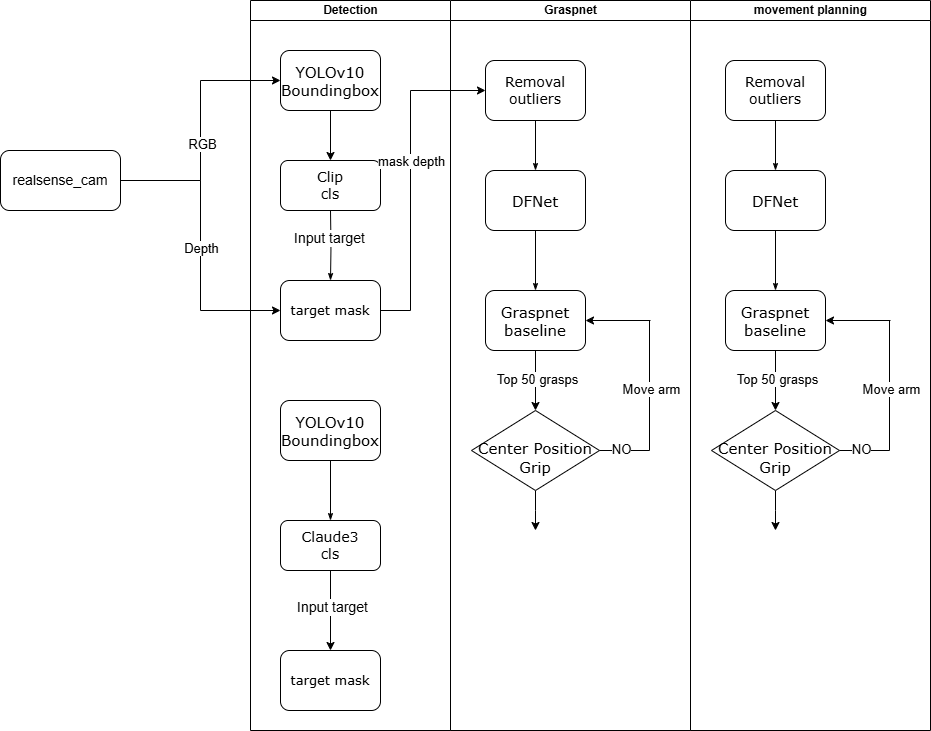
The draw.io diagram 抓取流程.png in QianQian-L/test1, before a commit. Source tidied: cells renumbered, new cells last; positions are measured from the earlier drawing's top-left corner, leaving out a move shared by most shapes.
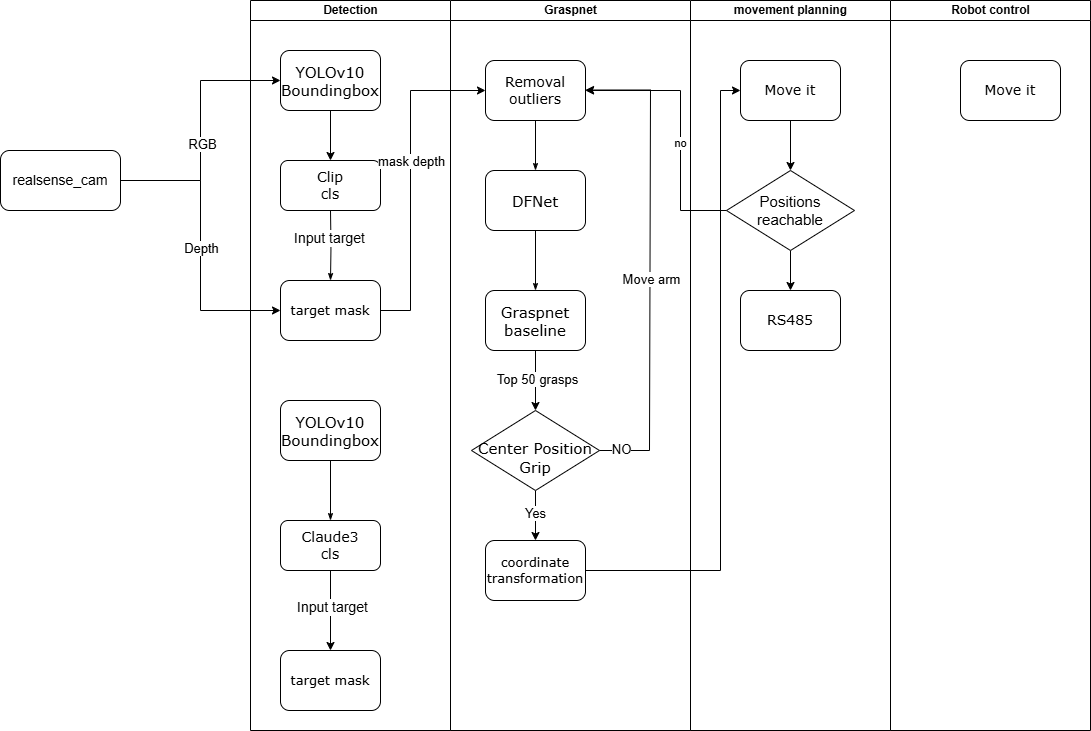
Later version of the same file.

Commit message:
更新抓取流程.png

Diff of the diagram source:
```diff
@@ -26,23 +26,25 @@
     <mxCell id="9" style="edgeStyle=orthogonalEdgeStyle;rounded=1;html=1;labelBackgroundColor=none;startArrow=none;startFill=0;startSize=5;endArrow=classicThin;endFill=1;endSize=5;jettySize=auto;strokeWidth=1;fontFamily=Verdana;fontSize=8;" parent="2" edge="1" source="4" target="7">
       <mxGeometry relative="1" as="geometry" />
     </mxCell>
-    <mxCell id="10" style="edgeStyle=orthogonalEdgeStyle;rounded=0;jettySize=auto;html=1;entryX=0.5;entryY=0;entryDx=0;entryDy=0;" parent="2" edge="1" source="11">
-      <mxGeometry relative="1" as="geometry">
-        <mxPoint x="85" y="530" as="targetPoint" />
-      </mxGeometry>
+    <mxCell id="10" style="edgeStyle=orthogonalEdgeStyle;rounded=0;jettySize=auto;html=1;entryX=0.5;entryY=0;entryDx=0;entryDy=0;" parent="2" edge="1" source="11" target="53">
+      <mxGeometry relative="1" as="geometry" />
     </mxCell>
+    <mxCell id="52" value="&lt;font style=&quot;font-size: 13px;&quot;&gt;Yes&lt;/font&gt;" style="edgeLabel;html=1;align=center;verticalAlign=middle;" parent="10" vertex="1">
+      <mxGeometry x="-0.14" y="-1" relative="1" as="geometry" />
+    </mxCell>
     <mxCell id="11" value="&lt;div&gt;&lt;br&gt;&lt;/div&gt;&lt;span style=&quot;font-family: Verdana;&quot;&gt;&lt;font style=&quot;font-size: 15px;&quot;&gt;Center Position Grip&lt;/font&gt;&lt;/span&gt;" style="rhombus;whiteSpace=wrap;html=1;" parent="2" vertex="1">
       <mxGeometry x="21" y="410" width="128" height="80" as="geometry" />
     </mxCell>
-    <mxCell id="12" style="endArrow=classic;html=1;rounded=0;entryX=1;entryY=0.5;entryDx=0;entryDy=0;" parent="2" edge="1" target="7">
+    <mxCell id="12" style="endArrow=classic;html=1;rounded=0;entryX=1;entryY=0.5;entryDx=0;entryDy=0;" parent="2" edge="1">
       <mxGeometry relative="1" as="geometry">
-        <mxPoint x="200" y="320" as="sourcePoint" />
+        <mxPoint x="200" y="89.5" as="sourcePoint" />
+        <mxPoint x="135" y="89.5" as="targetPoint" />
       </mxGeometry>
     </mxCell>
     <mxCell id="13" style="endArrow=none;html=1;rounded=0;" parent="2" edge="1">
       <mxGeometry relative="1" as="geometry">
         <mxPoint x="199" y="450" as="sourcePoint" />
-        <mxPoint x="199" y="320" as="targetPoint" />
+        <mxPoint x="200" y="90" as="targetPoint" />
       </mxGeometry>
     </mxCell>
     <mxCell id="14" value="&lt;font style=&quot;font-size: 13px;&quot;&gt;Move arm&lt;/font&gt;" style="edgeLabel;html=1;align=center;verticalAlign=middle;" parent="13" vertex="1">
@@ -57,6 +59,9 @@
     <mxCell id="16" value="&lt;font style=&quot;font-size: 13px;&quot;&gt;NO&lt;/font&gt;" style="edgeLabel;html=1;align=center;verticalAlign=middle;" parent="15" vertex="1">
       <mxGeometry x="-0.18" y="2" relative="1" as="geometry" />
     </mxCell>
+    <mxCell id="53" value="&lt;font style=&quot;font-size: 13px;&quot;&gt;coordinate transformation&lt;/font&gt;" style="rounded=1;whiteSpace=wrap;html=1;shadow=0;labelBackgroundColor=none;strokeWidth=1;fontFamily=Verdana;fontSize=8;align=center;" parent="2" vertex="1">
+      <mxGeometry x="35" y="540" width="100" height="60" as="geometry" />
+    </mxCell>
     <mxCell id="17" value="Detection" style="swimlane;html=1;startSize=20;" parent="1" vertex="1">
       <mxGeometry x="250" width="200" height="730" as="geometry" />
     </mxCell>
@@ -127,59 +132,47 @@
       </mxGeometry>
     </mxCell>
     <mxCell id="37" value="movement planning" style="swimlane;html=1;startSize=20;" parent="1" vertex="1">
-      <mxGeometry x="690" width="240" height="730" as="geometry" />
+      <mxGeometry x="690" width="200" height="730" as="geometry" />
     </mxCell>
+    <mxCell id="54" style="edgeStyle=orthogonalEdgeStyle;rounded=0;jettySize=auto;html=1;entryX=0.5;entryY=0;entryDx=0;entryDy=0;" parent="37" edge="1" source="38" target="56">
+      <mxGeometry relative="1" as="geometry" />
+    </mxCell>
-    <mxCell id="38" value="&lt;font style=&quot;font-size: 14px;&quot;&gt;Removal outliers&lt;/font&gt;" style="rounded=1;whiteSpace=wrap;html=1;shadow=0;labelBackgroundColor=none;strokeWidth=1;fontFamily=Verdana;fontSize=8;align=center;" parent="37" vertex="1">
-      <mxGeometry x="35" y="60" width="100" height="60" as="geometry" />
+    <mxCell id="38" value="&lt;font style=&quot;font-size: 14px;&quot;&gt;Move it&lt;/font&gt;" style="rounded=1;whiteSpace=wrap;html=1;shadow=0;labelBackgroundColor=none;strokeWidth=1;fontFamily=Verdana;fontSize=8;align=center;" parent="37" vertex="1">
+      <mxGeometry x="50" y="60" width="100" height="60" as="geometry" />
     </mxCell>
-    <mxCell id="39" value="&lt;font style=&quot;font-size: 15px;&quot;&gt;DFNet&lt;/font&gt;" style="rounded=1;whiteSpace=wrap;html=1;shadow=0;labelBackgroundColor=none;strokeWidth=1;fontFamily=Verdana;fontSize=8;align=center;" parent="37" vertex="1">
-      <mxGeometry x="35" y="170" width="100" height="60" as="geometry" />
-    </mxCell>
-    <mxCell id="40" style="edgeStyle=orthogonalEdgeStyle;rounded=0;jettySize=auto;html=1;entryX=0.5;entryY=0;entryDx=0;entryDy=0;" parent="37" edge="1" source="42" target="46">
-      <mxGeometry relative="1" as="geometry" />
-    </mxCell>
-    <mxCell id="41" value="&lt;font style=&quot;font-size: 13px;&quot;&gt;Top 50 grasps&lt;/font&gt;" style="edgeLabel;html=1;align=center;verticalAlign=middle;" parent="40" vertex="1">
-      <mxGeometry x="-0.07" y="1" relative="1" as="geometry" />
-    </mxCell>
-    <mxCell id="42" value="&lt;font style=&quot;font-size: 15px;&quot;&gt;Graspnet baseline&lt;/font&gt;" style="rounded=1;whiteSpace=wrap;html=1;shadow=0;labelBackgroundColor=none;strokeWidth=1;fontFamily=Verdana;fontSize=8;align=center;" parent="37" vertex="1">
-      <mxGeometry x="35" y="290" width="100" height="60" as="geometry" />
-    </mxCell>
-    <mxCell id="43" style="edgeStyle=orthogonalEdgeStyle;rounded=1;html=1;labelBackgroundColor=none;startArrow=none;startFill=0;startSize=5;endArrow=classicThin;endFill=1;endSize=5;jettySize=auto;strokeWidth=1;fontFamily=Verdana;fontSize=8;" parent="37" edge="1" source="38" target="39">
-      <mxGeometry relative="1" as="geometry" />
-    </mxCell>
-    <mxCell id="44" style="edgeStyle=orthogonalEdgeStyle;rounded=1;html=1;labelBackgroundColor=none;startArrow=none;startFill=0;startSize=5;endArrow=classicThin;endFill=1;endSize=5;jettySize=auto;strokeWidth=1;fontFamily=Verdana;fontSize=8;" parent="37" edge="1" source="39" target="42">
-      <mxGeometry relative="1" as="geometry" />
-    </mxCell>
-    <mxCell id="45" style="edgeStyle=orthogonalEdgeStyle;rounded=0;jettySize=auto;html=1;entryX=0.5;entryY=0;entryDx=0;entryDy=0;" parent="37" edge="1" source="46">
-      <mxGeometry relative="1" as="geometry">
-        <mxPoint x="85" y="530" as="targetPoint" />
-      </mxGeometry>
-    </mxCell>
-    <mxCell id="46" value="&lt;div&gt;&lt;br&gt;&lt;/div&gt;&lt;span style=&quot;font-family: Verdana;&quot;&gt;&lt;font style=&quot;font-size: 15px;&quot;&gt;Center Position Grip&lt;/font&gt;&lt;/span&gt;" style="rhombus;whiteSpace=wrap;html=1;" parent="37" vertex="1">
-      <mxGeometry x="21" y="410" width="128" height="80" as="geometry" />
-    </mxCell>
-    <mxCell id="47" style="endArrow=classic;html=1;rounded=0;entryX=1;entryY=0.5;entryDx=0;entryDy=0;" parent="37" edge="1" target="42">
-      <mxGeometry relative="1" as="geometry">
-        <mxPoint x="200" y="320" as="sourcePoint" />
-      </mxGeometry>
-    </mxCell>
-    <mxCell id="48" style="endArrow=none;html=1;rounded=0;" parent="37" edge="1">
-      <mxGeometry relative="1" as="geometry">
-        <mxPoint x="199" y="450" as="sourcePoint" />
-        <mxPoint x="199" y="320" as="targetPoint" />
-      </mxGeometry>
-    </mxCell>
-    <mxCell id="49" value="&lt;font style=&quot;font-size: 13px;&quot;&gt;Move arm&lt;/font&gt;" style="edgeLabel;html=1;align=center;verticalAlign=middle;" parent="48" vertex="1">
-      <mxGeometry x="-0.04" y="-1" relative="1" as="geometry" />
-    </mxCell>
-    <mxCell id="50" style="endArrow=none;html=1;rounded=0;" parent="37" edge="1">
-      <mxGeometry relative="1" as="geometry">
-        <mxPoint x="149" y="450" as="sourcePoint" />
-        <mxPoint x="199" y="450" as="targetPoint" />
-      </mxGeometry>
-    </mxCell>
-    <mxCell id="51" value="&lt;font style=&quot;font-size: 13px;&quot;&gt;NO&lt;/font&gt;" style="edgeLabel;html=1;align=center;verticalAlign=middle;" parent="50" vertex="1">
-      <mxGeometry x="-0.18" y="2" relative="1" as="geometry" />
-    </mxCell>
+    <mxCell id="55" style="edgeStyle=orthogonalEdgeStyle;rounded=0;jettySize=auto;html=1;entryX=0.5;entryY=0;entryDx=0;entryDy=0;" parent="37" edge="1" source="56" target="57">
+      <mxGeometry relative="1" as="geometry" />
+    </mxCell>
+    <mxCell id="56" value="&lt;font style=&quot;font-size: 15px;&quot;&gt;Positions reachable&lt;/font&gt;" style="rhombus;whiteSpace=wrap;html=1;" parent="37" vertex="1">
+      <mxGeometry x="36" y="170" width="128" height="80" as="geometry" />
+    </mxCell>
+    <mxCell id="57" value="&lt;font style=&quot;font-size: 14px;&quot;&gt;RS485&lt;/font&gt;" style="rounded=1;whiteSpace=wrap;html=1;shadow=0;labelBackgroundColor=none;strokeWidth=1;fontFamily=Verdana;fontSize=8;align=center;" parent="37" vertex="1">
+      <mxGeometry x="50" y="290" width="100" height="60" as="geometry" />
+    </mxCell>
+    <mxCell id="58" style="edgeStyle=orthogonalEdgeStyle;rounded=0;jettySize=auto;html=1;entryX=0;entryY=0.5;entryDx=0;entryDy=0;" parent="1" edge="1" source="53" target="38">
+      <mxGeometry relative="1" as="geometry">
+        <Array as="points">
+          <mxPoint x="720" y="570" />
+          <mxPoint x="720" y="90" />
+        </Array>
+      </mxGeometry>
+    </mxCell>
+    <mxCell id="59" value="Robot control" style="swimlane;html=1;startSize=20;" parent="1" vertex="1">
+      <mxGeometry x="890" width="200" height="730" as="geometry" />
+    </mxCell>
+    <mxCell id="60" value="&lt;font style=&quot;font-size: 14px;&quot;&gt;Move it&lt;/font&gt;" style="rounded=1;whiteSpace=wrap;html=1;shadow=0;labelBackgroundColor=none;strokeWidth=1;fontFamily=Verdana;fontSize=8;align=center;" parent="59" vertex="1">
+      <mxGeometry x="70" y="60" width="100" height="60" as="geometry" />
+    </mxCell>
+    <mxCell id="61" style="edgeStyle=orthogonalEdgeStyle;rounded=0;jettySize=auto;html=1;entryX=1;entryY=0.5;entryDx=0;entryDy=0;exitX=0;exitY=0.5;exitDx=0;exitDy=0;" parent="1" edge="1" source="56" target="3">
+      <mxGeometry relative="1" as="geometry">
+        <Array as="points">
+          <mxPoint x="680" y="210" />
+          <mxPoint x="680" y="90" />
+        </Array>
+      </mxGeometry>
+    </mxCell>
+    <mxCell id="62" value="no" style="edgeLabel;html=1;align=center;verticalAlign=middle;" parent="61" vertex="1">
+      <mxGeometry x="-0.12" y="1" relative="1" as="geometry" />
+    </mxCell>
   </root>
 </mxGraphModel>
```
